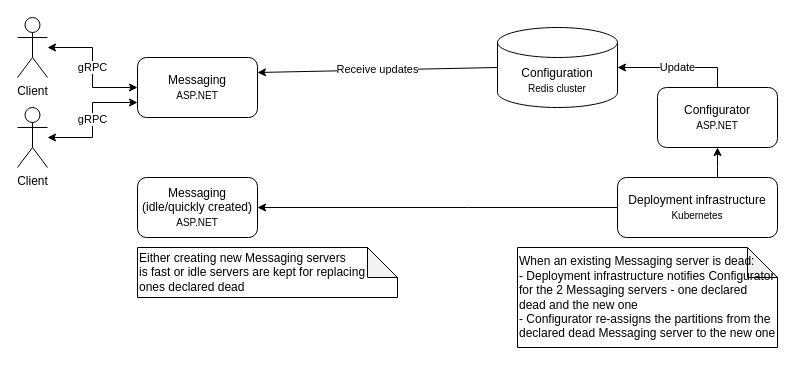
Before: docs/cecochat-06-failover.drawio in cvetomir-todorov/CecoChat, a draw.io diagram. Source tidied: cells renumbered, new cells numbered last; positions are measured from the earlier drawing's top-left corner, leaving out a move shared by most shapes. Both pictures are drawn from the tidied source at 100%, with x=0, y=0 at pixel (17, 17).
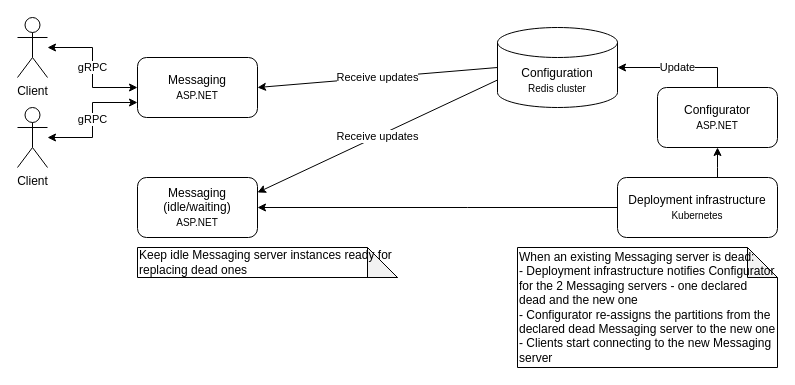
The same page after the edit.

Unchanged cells that the change refers to:
```xml
<mxCell id="6" value="&lt;font style=&quot;font-size: 12px&quot;&gt;Messaging&lt;/font&gt;&lt;br&gt;&lt;font style=&quot;font-size: 10px&quot;&gt;ASP.NET&lt;/font&gt;" style="rounded=1;whiteSpace=wrap;html=1;" parent="1" vertex="1">
  <mxGeometry x="120" y="40" width="120" height="60" as="geometry" />
</mxCell>
<mxCell id="10" value="Configuration&lt;br&gt;&lt;font style=&quot;font-size: 10px&quot;&gt;Redis cluster&lt;/font&gt;" style="shape=cylinder3;whiteSpace=wrap;html=1;boundedLbl=1;backgroundOutline=1;size=15;" parent="1" vertex="1">
  <mxGeometry x="480" y="10" width="120" height="80" as="geometry" />
</mxCell>
```

What changed in the source:
```diff
@@
-    <mxCell id="9" value="Receive updates" style="endArrow=classic;html=1;exitX=0;exitY=0.5;exitDx=0;exitDy=0;entryX=1;entryY=0.25;entryDx=0;entryDy=0;exitPerimeter=0;" parent="1" edge="1" source="10" target="6">
+    <mxCell id="9" value="Receive updates" style="endArrow=classic;html=1;exitX=0;exitY=0.5;exitDx=0;exitDy=0;entryX=1;entryY=0.5;entryDx=0;entryDy=0;exitPerimeter=0;" parent="1" edge="1" source="10" target="6">
       <mxGeometry relative="1" as="geometry" />
     </mxCell>
@@
-    <mxCell id="14" value="Messaging&lt;br&gt;(idle/quickly created)&lt;br&gt;&lt;font style=&quot;font-size: 10px&quot;&gt;ASP.NET&lt;/font&gt;" style="rounded=1;whiteSpace=wrap;html=1;" parent="1" vertex="1">
+    <mxCell id="14" value="Messaging&lt;br&gt;(idle/waiting)&lt;br&gt;&lt;font style=&quot;font-size: 10px&quot;&gt;ASP.NET&lt;/font&gt;" style="rounded=1;whiteSpace=wrap;html=1;" parent="1" vertex="1">
       <mxGeometry x="120" y="160" width="120" height="60" as="geometry" />
     </mxCell>
-    <mxCell id="15" value="&lt;div&gt;&lt;span&gt;Either creating new Messaging servers&lt;/span&gt;&lt;/div&gt;&lt;div&gt;&lt;span&gt;is fast or idle servers are kept for replacing&lt;/span&gt;&lt;/div&gt;&lt;div&gt;&lt;span&gt;ones declared dead&lt;/span&gt;&lt;/div&gt;" style="shape=note;whiteSpace=wrap;html=1;backgroundOutline=1;darkOpacity=0.05;align=left;" parent="1" vertex="1">
-      <mxGeometry x="120" y="230" width="260" height="50" as="geometry" />
+    <mxCell id="15" value="&lt;div&gt;Keep idle Messaging server instances ready for replacing dead ones&lt;/div&gt;" style="shape=note;whiteSpace=wrap;html=1;backgroundOutline=1;darkOpacity=0.05;align=left;" parent="1" vertex="1">
+      <mxGeometry x="120" y="230" width="260" height="30" as="geometry" />
     </mxCell>
-    <mxCell id="16" value="&lt;div&gt;&lt;span&gt;When an existing Messaging server is dead:&lt;/span&gt;&lt;/div&gt;&lt;div&gt;&lt;span&gt;- Deployment infrastructure notifies Configurator for the 2 Messaging servers - one declared dead and the new one&lt;/span&gt;&lt;/div&gt;&lt;div&gt;&lt;span&gt;- Configurator re-assigns the partitions from the declared dead Messaging server to the new one&lt;/span&gt;&lt;/div&gt;" style="shape=note;whiteSpace=wrap;html=1;backgroundOutline=1;darkOpacity=0.05;align=left;" parent="1" vertex="1">
-      <mxGeometry x="500" y="230" width="260" height="100" as="geometry" />
+    <mxCell id="16" value="&lt;div&gt;&lt;span&gt;When an existing Messaging server is dead:&lt;/span&gt;&lt;/div&gt;&lt;div&gt;&lt;span&gt;- Deployment infrastructure notifies Configurator for the 2 Messaging servers - one declared dead and the new one&lt;/span&gt;&lt;/div&gt;&lt;div&gt;&lt;span&gt;- Configurator re-assigns the partitions from the declared dead Messaging server to the new one&lt;/span&gt;&lt;/div&gt;&lt;div&gt;&lt;span&gt;- Clients start connecting to the new Messaging server&lt;/span&gt;&lt;/div&gt;" style="shape=note;whiteSpace=wrap;html=1;backgroundOutline=1;darkOpacity=0.05;align=left;" parent="1" vertex="1">
+      <mxGeometry x="500" y="230" width="260" height="120" as="geometry" />
     </mxCell>
+    <mxCell id="17" value="Receive updates" style="endArrow=classic;html=1;exitX=0;exitY=0;exitDx=0;exitDy=52.5;entryX=1;entryY=0.25;entryDx=0;entryDy=0;exitPerimeter=0;" parent="1" edge="1" source="10" target="14">
+      <mxGeometry relative="1" as="geometry" />
+    </mxCell>
```
